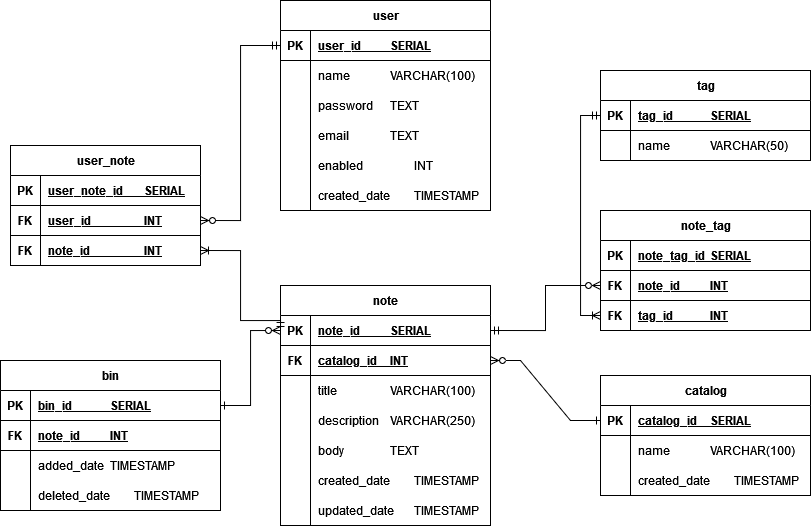
Before: DB/ERD-diagram.drawio.png, a diagram exported from draw.io (Tomasz-Zdeb/Software-Engineering-Class-Project). Source tidied: cells renumbered, new cells last; positions are measured from the earlier drawing's top-left corner, leaving out a move shared by most shapes.
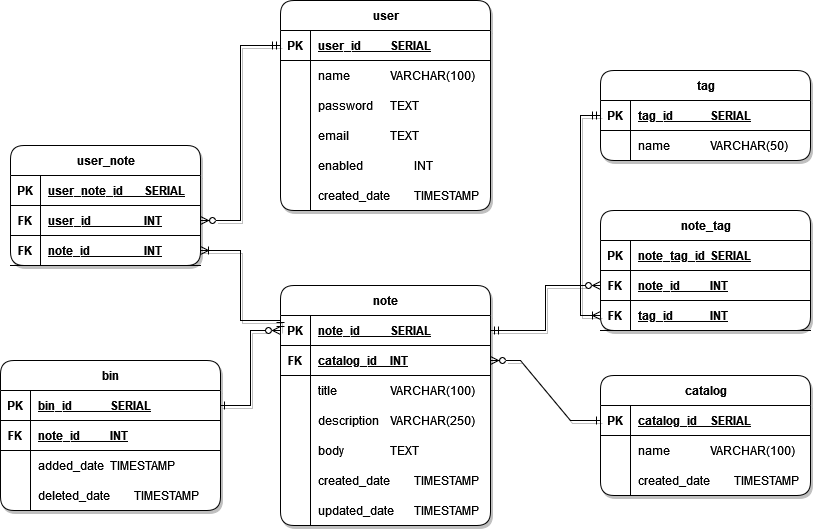
Later version of the same file.

Commit message:
Added opaque background to diagram elements

Diff of the diagram source:
```diff
@@ -2,7 +2,7 @@
   <root>
     <mxCell id="0" />
     <mxCell id="1" parent="0" />
-    <mxCell id="2" value="user" style="shape=table;startSize=30;rowLines=0;fontStyle=1;align=center;html=1;" parent="1" vertex="1">
+    <mxCell id="2" value="user" style="shape=table;startSize=30;rowLines=0;fontStyle=1;align=center;html=1;rounded=1;shadow=1;fillColor=#FFFFFF;gradientColor=none;swimlaneFillColor=default;" parent="1" vertex="1">
       <mxGeometry x="280" width="210" height="210" as="geometry" />
     </mxCell>
     <mxCell id="3" style="shape=tableRow;horizontal=0;startSize=0;swimlaneHead=0;swimlaneBody=0;fillColor=none;points=[[0,0.5],[1,0.5]];portConstraint=eastwest;top=0;left=0;right=0;bottom=1;" parent="2" vertex="1">
@@ -59,7 +59,7 @@
     <mxCell id="20" value="&lt;div align=&quot;justify&quot;&gt;created_date&lt;span style=&quot;white-space: pre;&quot;&gt;&#9;&lt;/span&gt;TIMESTAMP&lt;/div&gt;" style="shape=partialRectangle;fillColor=none;top=0;left=0;bottom=0;right=0;align=left;spacingLeft=6;overflow=hidden;whiteSpace=wrap;html=1;" parent="18" vertex="1">
       <mxGeometry x="30" width="180" height="30" as="geometry" />
     </mxCell>
-    <mxCell id="21" value="note" style="shape=table;startSize=30;rowLines=0;fontStyle=1;align=center;html=1;" parent="1" vertex="1">
+    <mxCell id="21" value="note" style="shape=table;startSize=30;rowLines=0;fontStyle=1;align=center;html=1;rounded=1;shadow=1;swimlaneFillColor=default;" parent="1" vertex="1">
       <mxGeometry x="280" y="285" width="210" height="240" as="geometry" />
     </mxCell>
     <mxCell id="22" style="shape=tableRow;horizontal=0;startSize=0;swimlaneHead=0;swimlaneBody=0;fillColor=none;points=[[0,0.5],[1,0.5]];portConstraint=eastwest;top=0;left=0;right=0;bottom=1;" parent="21" vertex="1">
@@ -125,7 +125,7 @@
     <mxCell id="42" value="updated_date&lt;span style=&quot;white-space: pre;&quot;&gt;&#9;&lt;/span&gt;TIMESTAMP" style="shape=partialRectangle;fillColor=none;top=0;left=0;bottom=0;right=0;align=left;spacingLeft=6;overflow=hidden;whiteSpace=wrap;html=1;" parent="40" vertex="1">
       <mxGeometry x="30" width="180" height="30" as="geometry" />
     </mxCell>
-    <mxCell id="43" value="tag" style="shape=table;startSize=30;rowLines=0;fontStyle=1;align=center;html=1;" parent="1" vertex="1">
+    <mxCell id="43" value="tag" style="shape=table;startSize=30;rowLines=0;fontStyle=1;align=center;html=1;shadow=1;rounded=1;swimlaneFillColor=default;" parent="1" vertex="1">
       <mxGeometry x="600" y="70" width="210" height="90" as="geometry" />
     </mxCell>
     <mxCell id="44" style="shape=tableRow;horizontal=0;startSize=0;swimlaneHead=0;swimlaneBody=0;fillColor=none;points=[[0,0.5],[1,0.5]];portConstraint=eastwest;top=0;left=0;right=0;bottom=1;" parent="43" vertex="1">
@@ -146,7 +146,7 @@
     <mxCell id="49" value="name&lt;span style=&quot;white-space: pre;&quot;&gt;&#9;&lt;/span&gt;&lt;span style=&quot;white-space: pre;&quot;&gt;&#9;&lt;/span&gt;VARCHAR(50)" style="shape=partialRectangle;fillColor=none;top=0;left=0;bottom=0;right=0;align=left;spacingLeft=6;overflow=hidden;whiteSpace=wrap;html=1;" parent="47" vertex="1">
       <mxGeometry x="30" width="180" height="30" as="geometry" />
     </mxCell>
-    <mxCell id="50" value="note_tag" style="shape=table;startSize=30;rowLines=0;fontStyle=1;align=center;html=1;" parent="1" vertex="1">
+    <mxCell id="50" value="note_tag" style="shape=table;startSize=30;rowLines=0;fontStyle=1;align=center;html=1;rounded=1;shadow=1;swimlaneFillColor=default;" parent="1" vertex="1">
       <mxGeometry x="600" y="210" width="210" height="120" as="geometry" />
     </mxCell>
     <mxCell id="51" style="shape=tableRow;horizontal=0;startSize=0;swimlaneHead=0;swimlaneBody=0;fillColor=none;top=0;left=0;right=0;bottom=1;" parent="50" vertex="1">
@@ -176,7 +176,7 @@
     <mxCell id="59" value="tag_id&lt;span style=&quot;white-space: pre;&quot;&gt;&#9;&lt;/span&gt;&lt;span style=&quot;white-space: pre;&quot;&gt;&#9;&lt;/span&gt;INT" style="shape=partialRectangle;fillColor=none;top=0;left=0;bottom=0;right=0;align=left;spacingLeft=6;fontStyle=5;overflow=hidden;whiteSpace=wrap;html=1;" parent="57" vertex="1">
       <mxGeometry x="30" width="180" height="30" as="geometry" />
     </mxCell>
-    <mxCell id="60" value="user_note" style="shape=table;startSize=30;rowLines=0;fontStyle=1;align=center;html=1;" parent="1" vertex="1">
+    <mxCell id="60" value="user_note" style="shape=table;startSize=30;rowLines=0;fontStyle=1;align=center;html=1;rounded=1;shadow=1;swimlaneFillColor=default;" parent="1" vertex="1">
       <mxGeometry x="10" y="145" width="190" height="120" as="geometry" />
     </mxCell>
     <mxCell id="61" style="shape=tableRow;horizontal=0;startSize=0;swimlaneHead=0;swimlaneBody=0;fillColor=none;top=0;left=0;right=0;bottom=1;" parent="60" vertex="1">
@@ -206,13 +206,13 @@
     <mxCell id="69" value="note_id&lt;span style=&quot;white-space: pre;&quot;&gt;&#9;&lt;/span&gt;&lt;span style=&quot;white-space: pre;&quot;&gt;&#9;&lt;/span&gt;&lt;span style=&quot;white-space: pre;&quot;&gt;&#9;&lt;/span&gt;INT" style="shape=partialRectangle;fillColor=none;top=0;left=0;bottom=0;right=0;align=left;spacingLeft=6;fontStyle=5;overflow=hidden;whiteSpace=wrap;html=1;" parent="67" vertex="1">
       <mxGeometry x="30" width="160" height="30" as="geometry" />
     </mxCell>
-    <mxCell id="70" style="edgeStyle=orthogonalEdgeStyle;rounded=0;jettySize=auto;html=1;exitX=0;exitY=0.5;exitDx=0;exitDy=0;entryX=0;entryY=0.5;entryDx=0;entryDy=0;endArrow=ERoneToMany;endFill=0;startArrow=ERmandOne;startFill=0;" parent="1" edge="1" source="44" target="57">
+    <mxCell id="70" style="edgeStyle=orthogonalEdgeStyle;rounded=0;jettySize=auto;html=1;exitX=0;exitY=0.5;exitDx=0;exitDy=0;entryX=0;entryY=0.5;entryDx=0;entryDy=0;endArrow=ERoneToMany;endFill=0;startArrow=ERmandOne;startFill=0;shadow=1;" parent="1" edge="1" source="44" target="57">
       <mxGeometry relative="1" as="geometry" />
     </mxCell>
-    <mxCell id="71" style="edgeStyle=orthogonalEdgeStyle;rounded=0;jettySize=auto;html=1;exitX=0;exitY=0.5;exitDx=0;exitDy=0;entryX=1;entryY=0.5;entryDx=0;entryDy=0;endArrow=ERzeroToMany;endFill=0;startArrow=ERmandOne;startFill=0;" parent="1" edge="1" source="3" target="64">
+    <mxCell id="71" style="edgeStyle=orthogonalEdgeStyle;rounded=0;jettySize=auto;html=1;exitX=0;exitY=0.5;exitDx=0;exitDy=0;entryX=1;entryY=0.5;entryDx=0;entryDy=0;endArrow=ERzeroToMany;endFill=0;startArrow=ERmandOne;startFill=0;shadow=1;" parent="1" edge="1" source="3" target="64">
       <mxGeometry relative="1" as="geometry" />
     </mxCell>
-    <mxCell id="72" style="edgeStyle=orthogonalEdgeStyle;rounded=0;jettySize=auto;html=1;exitX=1;exitY=0.5;exitDx=0;exitDy=0;entryX=0;entryY=0.5;entryDx=0;entryDy=0;startArrow=ERoneToMany;startFill=0;endArrow=ERmandOne;endFill=0;" parent="1" edge="1" source="67" target="22">
+    <mxCell id="72" style="edgeStyle=orthogonalEdgeStyle;rounded=0;jettySize=auto;html=1;exitX=1;exitY=0.5;exitDx=0;exitDy=0;entryX=0;entryY=0.5;entryDx=0;entryDy=0;startArrow=ERoneToMany;startFill=0;endArrow=ERmandOne;endFill=0;shadow=1;" parent="1" edge="1" source="67" target="22">
       <mxGeometry relative="1" as="geometry">
         <Array as="points">
           <mxPoint x="240" y="250" />
@@ -221,10 +221,10 @@
         </Array>
       </mxGeometry>
     </mxCell>
-    <mxCell id="73" style="edgeStyle=orthogonalEdgeStyle;rounded=0;jettySize=auto;html=1;exitX=0;exitY=0.5;exitDx=0;exitDy=0;entryX=1;entryY=0.5;entryDx=0;entryDy=0;endArrow=ERmandOne;endFill=0;startArrow=ERzeroToMany;startFill=0;" parent="1" edge="1" source="54" target="22">
+    <mxCell id="73" style="edgeStyle=orthogonalEdgeStyle;rounded=0;jettySize=auto;html=1;exitX=0;exitY=0.5;exitDx=0;exitDy=0;entryX=1;entryY=0.5;entryDx=0;entryDy=0;endArrow=ERmandOne;endFill=0;startArrow=ERzeroToMany;startFill=0;shadow=1;" parent="1" edge="1" source="54" target="22">
       <mxGeometry relative="1" as="geometry" />
     </mxCell>
-    <mxCell id="74" value="bin" style="shape=table;startSize=30;rowLines=0;fontStyle=1;align=center;html=1;" parent="1" vertex="1">
+    <mxCell id="74" value="bin" style="shape=table;startSize=30;rowLines=0;fontStyle=1;align=center;html=1;rounded=1;shadow=1;swimlaneFillColor=default;" parent="1" vertex="1">
       <mxGeometry y="360" width="220" height="150" as="geometry" />
     </mxCell>
     <mxCell id="75" style="shape=tableRow;horizontal=0;startSize=0;swimlaneHead=0;swimlaneBody=0;fillColor=none;points=[[0,0.5],[1,0.5]];portConstraint=eastwest;top=0;left=0;right=0;bottom=1;" parent="74" vertex="1">
@@ -263,7 +263,7 @@
     <mxCell id="86" value="&lt;div align=&quot;justify&quot;&gt;deleted_date &lt;span style=&quot;white-space: pre;&quot;&gt;&#9;&lt;/span&gt;TIMESTAMP&lt;/div&gt;" style="shape=partialRectangle;fillColor=none;top=0;left=0;bottom=0;right=0;align=left;spacingLeft=6;overflow=hidden;whiteSpace=wrap;html=1;" parent="84" vertex="1">
       <mxGeometry x="30" width="190" height="30" as="geometry" />
     </mxCell>
-    <mxCell id="87" value="catalog" style="shape=table;startSize=30;rowLines=0;fontStyle=1;align=center;html=1;" parent="1" vertex="1">
+    <mxCell id="87" value="catalog" style="shape=table;startSize=30;rowLines=0;fontStyle=1;align=center;html=1;rounded=1;shadow=1;swimlaneFillColor=default;" parent="1" vertex="1">
       <mxGeometry x="600" y="375" width="210" height="120" as="geometry" />
     </mxCell>
     <mxCell id="88" style="shape=tableRow;horizontal=0;startSize=0;swimlaneHead=0;swimlaneBody=0;fillColor=none;points=[[0,0.5],[1,0.5]];portConstraint=eastwest;top=0;left=0;right=0;bottom=1;" parent="87" vertex="1">
@@ -293,10 +293,10 @@
     <mxCell id="96" value="created_date&lt;span style=&quot;white-space: pre;&quot;&gt;&#9;&lt;/span&gt;TIMESTAMP" style="shape=partialRectangle;fillColor=none;top=0;left=0;bottom=0;right=0;align=left;spacingLeft=6;overflow=hidden;whiteSpace=wrap;html=1;" parent="94" vertex="1">
       <mxGeometry x="30" width="180" height="30" as="geometry" />
     </mxCell>
-    <mxCell id="97" style="edgeStyle=entityRelationEdgeStyle;fontSize=12;html=1;endArrow=ERone;rounded=0;entryX=0;entryY=0.5;entryDx=0;entryDy=0;exitX=1;exitY=0.5;exitDx=0;exitDy=0;endFill=0;startArrow=ERzeroToMany;startFill=0;" parent="1" edge="1" source="25" target="88">
+    <mxCell id="97" style="edgeStyle=entityRelationEdgeStyle;fontSize=12;html=1;endArrow=ERone;rounded=0;entryX=0;entryY=0.5;entryDx=0;entryDy=0;exitX=1;exitY=0.5;exitDx=0;exitDy=0;endFill=0;startArrow=ERzeroToMany;startFill=0;shadow=1;" parent="1" edge="1" source="25" target="88">
       <mxGeometry relative="1" as="geometry" />
     </mxCell>
-    <mxCell id="98" style="edgeStyle=orthogonalEdgeStyle;rounded=0;jettySize=auto;html=1;exitX=0;exitY=0.5;exitDx=0;exitDy=0;entryX=1;entryY=0.5;entryDx=0;entryDy=0;startArrow=ERzeroToMany;startFill=0;endArrow=ERone;endFill=0;" parent="1" edge="1" source="22" target="75">
+    <mxCell id="98" style="edgeStyle=orthogonalEdgeStyle;rounded=0;jettySize=auto;html=1;exitX=0;exitY=0.5;exitDx=0;exitDy=0;entryX=1;entryY=0.5;entryDx=0;entryDy=0;startArrow=ERzeroToMany;startFill=0;endArrow=ERone;endFill=0;shadow=1;" parent="1" edge="1" source="22" target="75">
       <mxGeometry relative="1" as="geometry" />
     </mxCell>
   </root>
```
